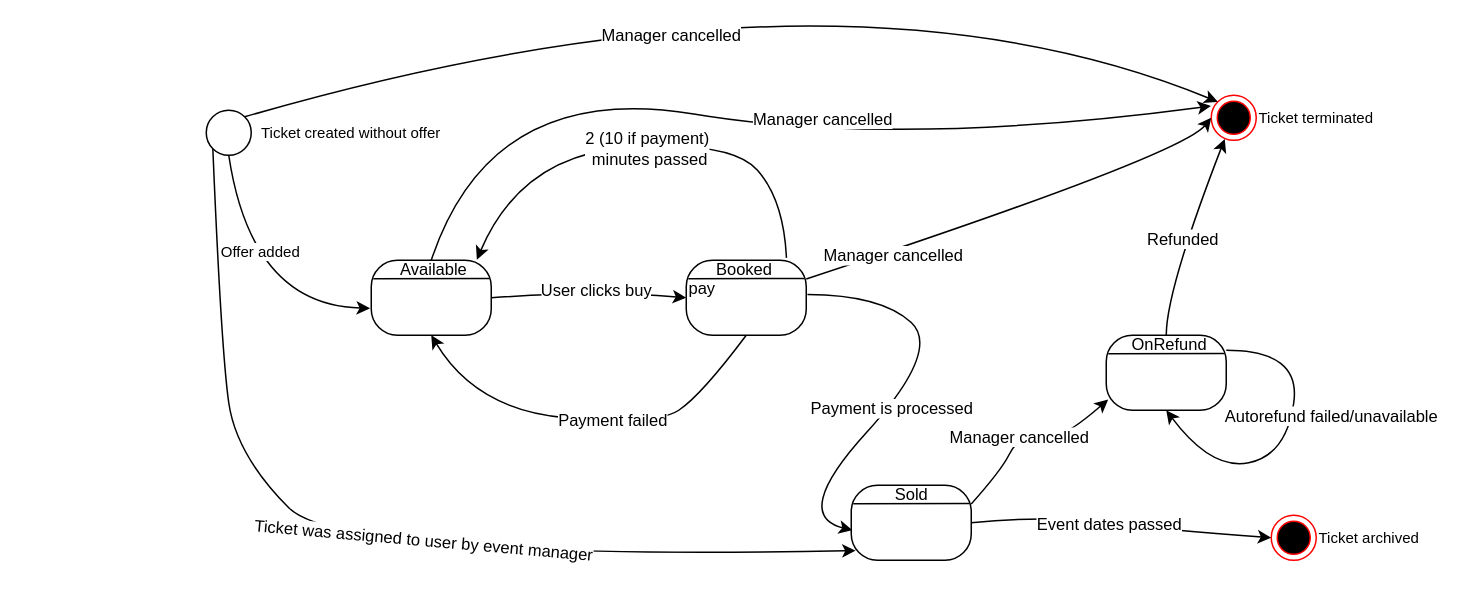
Earlier version of the draw.io diagram TicketStateDiagram.drawio (PrimoTibalt/IntermediatePlusMentoring). Source tidied: cells renumbered, new cells numbered last; positions are measured from the earlier drawing's top-left corner, leaving out a move shared by most shapes. Both pictures are drawn from the tidied source at 150%, with x=0, y=0 at pixel (206, -56).
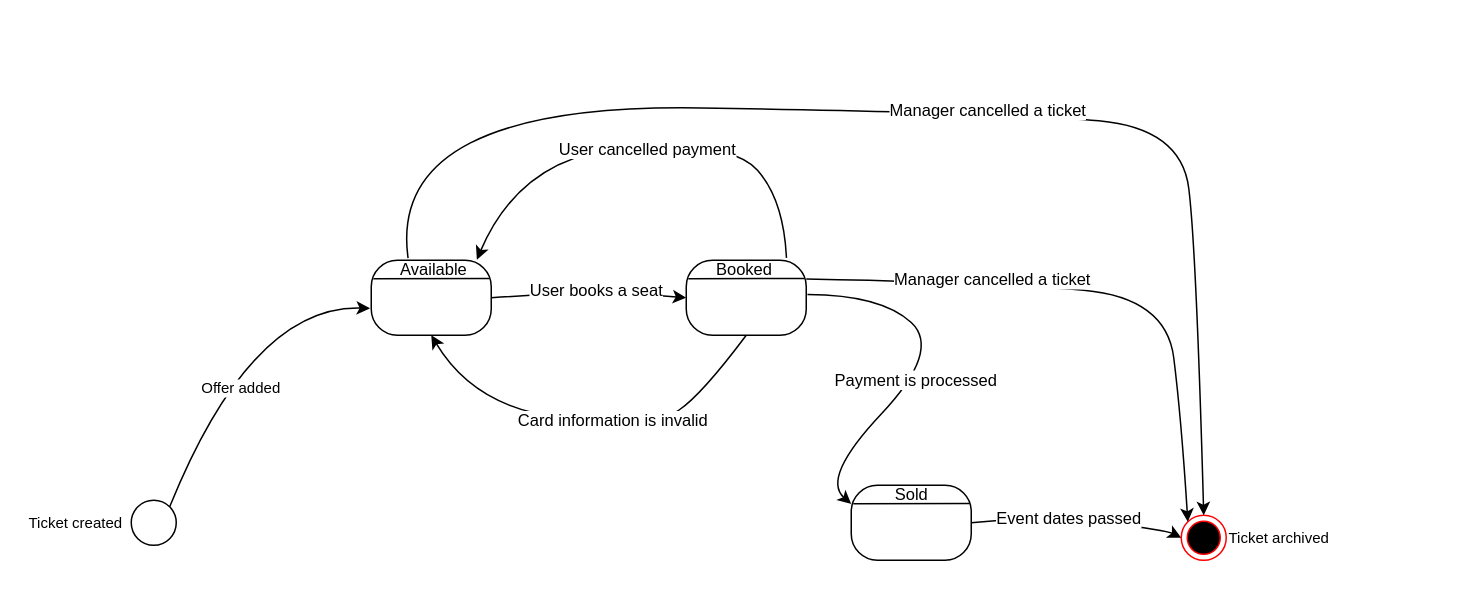
The same diagram, later.

The change refers to these unchanged cells:
```xml
<mxCell id="2" style="group;" parent="1" vertex="1">
  <mxGeometry y="110" width="830" height="300" as="geometry" />
</mxCell>
<mxCell id="4" style="ellipse;html=1;shape=endState;fillColor=#000000;strokeColor=#ff0000;" parent="3" vertex="1">
  <mxGeometry width="30" height="30" as="geometry" />
</mxCell>
<mxCell id="10" value="&lt;font style=&quot;font-size: 11px;&quot;&gt;&amp;nbsp; &amp;nbsp; &amp;nbsp; Available&lt;/font&gt;&lt;div style=&quot;font-size: 11px;&quot;&gt;&lt;font style=&quot;font-size: 11px;&quot;&gt;&lt;br&gt;&lt;/font&gt;&lt;/div&gt;&lt;div style=&quot;font-size: 11px;&quot;&gt;&lt;font style=&quot;font-size: 11px;&quot;&gt;&lt;br&gt;&lt;/font&gt;&lt;/div&gt;&lt;div style=&quot;font-size: 11px;&quot;&gt;&lt;font style=&quot;font-size: 11px;&quot;&gt;&lt;br&gt;&lt;/font&gt;&lt;/div&gt;" style="rounded=1;whiteSpace=wrap;html=1;align=left;arcSize=35;" parent="9" vertex="1">
  <mxGeometry width="80" height="50" as="geometry" />
</mxCell>
<mxCell id="14" style="group;fontSize=10;" parent="2" vertex="1">
  <mxGeometry x="320" y="100" width="80" height="50" as="geometry" />
</mxCell>
<mxCell id="17" style="curved=1;endArrow=classic;html=1;rounded=0;exitX=1;exitY=0.5;exitDx=0;exitDy=0;entryX=0;entryY=0.5;entryDx=0;entryDy=0;" parent="2" edge="1" source="10" target="15">
  <mxGeometry relative="1" as="geometry">
    <Array as="points">
      <mxPoint x="260" y="120" />
    </Array>
  </mxGeometry>
</mxCell>
<mxCell id="20" value="&lt;font style=&quot;font-size: 11px;&quot;&gt;&amp;nbsp; &amp;nbsp; &amp;nbsp; &amp;nbsp; &amp;nbsp;Sold&lt;/font&gt;&lt;div style=&quot;font-size: 11px;&quot;&gt;&lt;font style=&quot;font-size: 11px;&quot;&gt;&lt;br&gt;&lt;/font&gt;&lt;/div&gt;&lt;div style=&quot;font-size: 11px;&quot;&gt;&lt;font style=&quot;font-size: 11px;&quot;&gt;&lt;br&gt;&lt;/font&gt;&lt;/div&gt;&lt;div style=&quot;font-size: 11px;&quot;&gt;&lt;font style=&quot;font-size: 11px;&quot;&gt;&lt;br&gt;&lt;/font&gt;&lt;/div&gt;" style="rounded=1;whiteSpace=wrap;html=1;align=left;arcSize=35;" parent="19" vertex="1">
  <mxGeometry width="80" height="50" as="geometry" />
</mxCell>
<mxCell id="26" style="curved=1;endArrow=classic;html=1;rounded=0;entryX=0.88;entryY=-0.008;entryDx=0;entryDy=0;entryPerimeter=0;exitX=0.835;exitY=-0.032;exitDx=0;exitDy=0;exitPerimeter=0;" parent="2" edge="1" source="15" target="10">
  <mxGeometry relative="1" as="geometry">
    <Array as="points">
      <mxPoint x="385" y="60" />
      <mxPoint x="350" y="20" />
      <mxPoint x="210" y="30" />
    </Array>
  </mxGeometry>
</mxCell>
<mxCell id="30" style="curved=1;endArrow=classic;html=1;rounded=0;entryX=0.5;entryY=1;entryDx=0;entryDy=0;exitX=0.5;exitY=1;exitDx=0;exitDy=0;" parent="2" edge="1" source="15" target="10">
  <mxGeometry relative="1" as="geometry">
    <Array as="points">
      <mxPoint x="330" y="190" />
      <mxPoint x="300" y="210" />
      <mxPoint x="180" y="200" />
    </Array>
  </mxGeometry>
</mxCell>
```

Change to the diagram source:
```diff
@@
     <mxCell id="3" style="group;" parent="2" vertex="1">
-      <mxGeometry x="710" y="270" width="120" height="30" as="geometry" />
+      <mxGeometry x="650" y="270" width="120" height="30" as="geometry" />
     </mxCell>
@@
-    <mxCell id="6" style="group;" parent="2" vertex="1">
-      <mxGeometry width="175" height="30" as="geometry" />
-    </mxCell>
-    <mxCell id="7" style="ellipse;whiteSpace=wrap;html=1;" parent="6" vertex="1">
-      <mxGeometry width="30" height="30" as="geometry" />
-    </mxCell>
-    <mxCell id="8" value="Ticket created without offer" style="text;html=1;align=left;verticalAlign=middle;strokeColor=none;fillColor=none;fontSize=10;" parent="6" vertex="1">
-      <mxGeometry x="35" width="140" height="30" as="geometry" />
-    </mxCell>
@@
-    <mxCell id="12" style="curved=1;endArrow=classic;html=1;rounded=0;exitX=0.5;exitY=1;exitDx=0;exitDy=0;entryX=-0.01;entryY=0.64;entryDx=0;entryDy=0;entryPerimeter=0;" parent="2" edge="1" source="7" target="10">
-      <mxGeometry relative="1" as="geometry">
-        <Array as="points">
-          <mxPoint x="30" y="130" />
-        </Array>
-      </mxGeometry>
-    </mxCell>
-    <mxCell id="13" value="Offer added" style="edgeLabel;html=1;align=center;verticalAlign=middle;fontSize=10;" parent="12" vertex="1">
-      <mxGeometry x="-0.27" y="11" relative="1" as="geometry" />
-    </mxCell>
@@
-    <mxCell id="15" value="&lt;font style=&quot;font-size: 11px;&quot;&gt;&amp;nbsp; &amp;nbsp; &amp;nbsp; Booked&lt;/font&gt;&lt;div style=&quot;font-size: 11px;&quot;&gt;&lt;font style=&quot;font-size: 11px;&quot;&gt;pay&lt;/font&gt;&lt;/div&gt;&lt;div style=&quot;font-size: 11px;&quot;&gt;&lt;font style=&quot;font-size: 11px;&quot;&gt;&lt;br&gt;&lt;/font&gt;&lt;/div&gt;&lt;div style=&quot;font-size: 11px;&quot;&gt;&lt;font style=&quot;font-size: 11px;&quot;&gt;&lt;br&gt;&lt;/font&gt;&lt;/div&gt;" style="rounded=1;whiteSpace=wrap;html=1;align=left;arcSize=35;" parent="14" vertex="1">
+    <mxCell id="15" value="&lt;font style=&quot;font-size: 11px;&quot;&gt;&amp;nbsp; &amp;nbsp; &amp;nbsp; Booked&lt;/font&gt;&lt;div style=&quot;font-size: 11px;&quot;&gt;&lt;br&gt;&lt;/div&gt;&lt;div style=&quot;font-size: 11px;&quot;&gt;&lt;font style=&quot;font-size: 11px;&quot;&gt;&lt;br&gt;&lt;/font&gt;&lt;/div&gt;&lt;div style=&quot;font-size: 11px;&quot;&gt;&lt;font style=&quot;font-size: 11px;&quot;&gt;&lt;br&gt;&lt;/font&gt;&lt;/div&gt;" style="rounded=1;whiteSpace=wrap;html=1;align=left;arcSize=35;" parent="14" vertex="1">
       <mxGeometry width="80" height="50" as="geometry" />
     </mxCell>
@@
-    <mxCell id="18" value="User clicks buy" style="edgeLabel;html=1;align=center;verticalAlign=middle;" parent="17" vertex="1">
+    <mxCell id="18" value="User books a seat" style="edgeLabel;html=1;align=center;verticalAlign=middle;" parent="17" vertex="1">
       <mxGeometry x="-0.29" y="-1" relative="1" as="geometry">
         <mxPoint x="24" y="-3" as="offset" />
       </mxGeometry>
     </mxCell>
@@
-    <mxCell id="22" style="curved=1;endArrow=classic;html=1;rounded=0;entryX=0.01;entryY=0.6;entryDx=0;entryDy=0;entryPerimeter=0;exitX=1.01;exitY=0.456;exitDx=0;exitDy=0;exitPerimeter=0;" parent="2" edge="1" source="15" target="20">
+    <mxCell id="22" style="curved=1;endArrow=classic;html=1;rounded=0;entryX=0;entryY=0.25;entryDx=0;entryDy=0;exitX=1.01;exitY=0.456;exitDx=0;exitDy=0;exitPerimeter=0;" parent="2" edge="1" source="15" target="20">
       <mxGeometry relative="1" as="geometry">
         <Array as="points">
           <mxPoint x="450" y="123" />
           <mxPoint x="490" y="160" />
-          <mxPoint x="390" y="270" />
+          <mxPoint x="410" y="245" />
         </Array>
       </mxGeometry>
     </mxCell>
@@
-    <mxCell id="24" style="curved=1;endArrow=classic;html=1;rounded=0;entryX=0.037;entryY=0.872;entryDx=0;entryDy=0;entryPerimeter=0;exitX=0;exitY=1;exitDx=0;exitDy=0;" parent="2" edge="1" source="7" target="20">
-      <mxGeometry relative="1" as="geometry">
-        <Array as="points">
-          <mxPoint x="10" y="160" />
-          <mxPoint x="20" y="230" />
-          <mxPoint x="90" y="300" />
-        </Array>
-      </mxGeometry>
-    </mxCell>
-    <mxCell id="25" value="Ticket was assigned to user by event manager" style="edgeLabel;html=1;align=center;verticalAlign=middle;rotation=5;" parent="24" vertex="1">
-      <mxGeometry x="0.11" y="13" relative="1" as="geometry" />
-    </mxCell>
@@
-    <mxCell id="27" value="2 (10 if payment)&lt;div&gt;&amp;nbsp;minutes passed&lt;/div&gt;" style="edgeLabel;html=1;align=center;verticalAlign=middle;" parent="26" vertex="1">
+    <mxCell id="27" value="User cancelled payment" style="edgeLabel;html=1;align=center;verticalAlign=middle;" parent="26" vertex="1">
       <mxGeometry x="-0.04" y="1" relative="1" as="geometry" />
     </mxCell>
@@
-    <mxCell id="31" value="Payment failed" style="edgeLabel;html=1;align=center;verticalAlign=middle;" parent="30" vertex="1">
+    <mxCell id="31" value="Card information is invalid" style="edgeLabel;html=1;align=center;verticalAlign=middle;" parent="30" vertex="1">
       <mxGeometry x="0.17" y="2" relative="1" as="geometry">
         <mxPoint x="39" as="offset" />
       </mxGeometry>
     </mxCell>
-    <mxCell id="32" style="group;" parent="2" vertex="1">
-      <mxGeometry x="670" y="-10" width="130" height="30" as="geometry" />
-    </mxCell>
-    <mxCell id="33" style="ellipse;html=1;shape=endState;fillColor=#000000;strokeColor=#ff0000;" parent="32" vertex="1">
-      <mxGeometry width="30" height="30" as="geometry" />
-    </mxCell>
-    <mxCell id="34" value="Ticket terminated" style="text;html=1;align=left;verticalAlign=middle;strokeColor=none;fillColor=none;fontSize=10;" parent="32" vertex="1">
-      <mxGeometry x="30" width="100" height="30" as="geometry" />
-    </mxCell>
-    <mxCell id="35" style="curved=1;endArrow=classic;html=1;rounded=0;entryX=0;entryY=0.5;entryDx=0;entryDy=0;exitX=1;exitY=0.25;exitDx=0;exitDy=0;" parent="2" edge="1" source="15" target="33">
+    <mxCell id="35" style="curved=1;endArrow=classic;html=1;rounded=0;entryX=0;entryY=0;entryDx=0;entryDy=0;exitX=1;exitY=0.25;exitDx=0;exitDy=0;" parent="2" edge="1" source="15" target="4">
       <mxGeometry relative="1" as="geometry">
         <Array as="points">
-          <mxPoint x="650" y="30" />
+          <mxPoint x="530" y="115" />
+          <mxPoint x="640" y="125" />
+          <mxPoint x="650" y="205" />
         </Array>
       </mxGeometry>
     </mxCell>
-    <mxCell id="36" value="Manager cancelled" style="edgeLabel;html=1;align=center;verticalAlign=middle;rotation=0;" parent="35" vertex="1">
+    <mxCell id="36" value="Manager cancelled a ticket" style="edgeLabel;html=1;align=center;verticalAlign=middle;rotation=0;" parent="35" vertex="1">
       <mxGeometry x="-0.23" y="1" relative="1" as="geometry">
-        <mxPoint x="-50" y="21" as="offset" />
+        <mxPoint x="-26" y="-3" as="offset" />
       </mxGeometry>
     </mxCell>
-    <mxCell id="37" style="curved=1;endArrow=classic;html=1;rounded=0;entryX=-0.005;entryY=0.238;entryDx=0;entryDy=0;exitX=0.5;exitY=0;exitDx=0;exitDy=0;entryPerimeter=0;" parent="2" edge="1" source="10" target="33">
-      <mxGeometry relative="1" as="geometry">
-        <Array as="points">
-          <mxPoint x="190" y="-20" />
-          <mxPoint x="460" y="25" />
-        </Array>
-      </mxGeometry>
-    </mxCell>
-    <mxCell id="38" value="Manager cancelled" style="edgeLabel;html=1;align=center;verticalAlign=middle;rotation=0;" parent="37" vertex="1">
-      <mxGeometry x="-0.23" y="1" relative="1" as="geometry">
-        <mxPoint x="112" y="8" as="offset" />
-      </mxGeometry>
-    </mxCell>
-    <mxCell id="39" style="curved=1;endArrow=classic;html=1;rounded=0;entryX=0;entryY=0;entryDx=0;entryDy=0;exitX=1;exitY=0;exitDx=0;exitDy=0;" parent="2" edge="1" source="7" target="33">
-      <mxGeometry relative="1" as="geometry">
-        <Array as="points">
-          <mxPoint x="420" y="-110" />
-        </Array>
-      </mxGeometry>
-    </mxCell>
-    <mxCell id="40" value="Manager cancelled" style="edgeLabel;html=1;align=center;verticalAlign=middle;rotation=0;" parent="39" vertex="1">
-      <mxGeometry x="-0.23" y="1" relative="1" as="geometry">
-        <mxPoint x="31" y="20" as="offset" />
-      </mxGeometry>
-    </mxCell>
-    <mxCell id="41" style="group;fontSize=10;" parent="2" vertex="1">
-      <mxGeometry x="600" y="150" width="80" height="50" as="geometry" />
-    </mxCell>
-    <mxCell id="42" value="&lt;font style=&quot;font-size: 11px;&quot;&gt;&amp;nbsp; &amp;nbsp; &amp;nbsp;OnRefund&lt;/font&gt;&lt;div style=&quot;font-size: 11px;&quot;&gt;&lt;font style=&quot;font-size: 11px;&quot;&gt;&lt;br&gt;&lt;/font&gt;&lt;/div&gt;&lt;div style=&quot;font-size: 11px;&quot;&gt;&lt;font style=&quot;font-size: 11px;&quot;&gt;&lt;br&gt;&lt;/font&gt;&lt;/div&gt;&lt;div style=&quot;font-size: 11px;&quot;&gt;&lt;font style=&quot;font-size: 11px;&quot;&gt;&lt;br&gt;&lt;/font&gt;&lt;/div&gt;" style="rounded=1;whiteSpace=wrap;html=1;align=left;arcSize=35;" parent="41" vertex="1">
-      <mxGeometry width="80" height="50" as="geometry" />
-    </mxCell>
-    <mxCell id="43" style="endArrow=none;html=1;rounded=0;exitX=0.017;exitY=0.248;exitDx=0;exitDy=0;entryX=0.986;entryY=0.242;entryDx=0;entryDy=0;entryPerimeter=0;exitPerimeter=0;" parent="41" edge="1" source="42" target="42">
-      <mxGeometry relative="1" as="geometry" />
-    </mxCell>
-    <mxCell id="44" style="curved=1;endArrow=classic;html=1;rounded=0;entryX=0.3;entryY=0.971;entryDx=0;entryDy=0;entryPerimeter=0;exitX=0.5;exitY=0;exitDx=0;exitDy=0;" parent="2" edge="1" source="42" target="33">
-      <mxGeometry relative="1" as="geometry">
-        <Array as="points">
-          <mxPoint x="640" y="120" />
-        </Array>
-      </mxGeometry>
-    </mxCell>
-    <mxCell id="45" value="Refunded" style="edgeLabel;html=1;align=center;verticalAlign=middle;" parent="2" vertex="1">
-      <mxGeometry x="650" y="85" as="geometry" />
-    </mxCell>
-    <mxCell id="46" style="curved=1;endArrow=classic;html=1;rounded=0;entryX=0.5;entryY=1;entryDx=0;entryDy=0;" parent="2" edge="1" target="42">
-      <mxGeometry relative="1" as="geometry">
-        <mxPoint x="680" y="160" as="sourcePoint" />
-        <Array as="points">
-          <mxPoint x="730" y="160" />
-          <mxPoint x="720" y="230" />
-          <mxPoint x="670" y="240" />
-        </Array>
-      </mxGeometry>
-    </mxCell>
-    <mxCell id="47" value="Autorefund failed/unavailable" style="edgeLabel;html=1;align=center;verticalAlign=middle;" parent="46" vertex="1">
-      <mxGeometry x="-0.15" y="-1" relative="1" as="geometry">
-        <mxPoint x="27" as="offset" />
-      </mxGeometry>
-    </mxCell>
-    <mxCell id="48" style="curved=1;endArrow=classic;html=1;rounded=0;exitX=1;exitY=0.25;exitDx=0;exitDy=0;entryX=0.016;entryY=0.857;entryDx=0;entryDy=0;entryPerimeter=0;" parent="2" edge="1" source="20" target="42">
-      <mxGeometry relative="1" as="geometry">
-        <Array as="points">
-          <mxPoint x="530" y="240" />
-          <mxPoint x="540" y="220" />
-          <mxPoint x="560" y="210" />
-          <mxPoint x="570" y="220" />
-        </Array>
-      </mxGeometry>
-    </mxCell>
-    <mxCell id="49" value="Manager cancelled" style="edgeLabel;html=1;align=center;verticalAlign=middle;" parent="48" vertex="1">
-      <mxGeometry x="-0.15" y="1" relative="1" as="geometry" />
-    </mxCell>
+    <mxCell id="6" style="group;" parent="2" vertex="1">
+      <mxGeometry x="-50" y="260" width="175" height="30" as="geometry" />
+    </mxCell>
+    <mxCell id="7" style="ellipse;whiteSpace=wrap;html=1;" parent="6" vertex="1">
+      <mxGeometry width="30" height="30" as="geometry" />
+    </mxCell>
+    <mxCell id="12" style="curved=1;endArrow=classic;html=1;rounded=0;exitX=1;exitY=0;exitDx=0;exitDy=0;entryX=-0.01;entryY=0.64;entryDx=0;entryDy=0;entryPerimeter=0;" parent="2" edge="1" source="7" target="10">
+      <mxGeometry relative="1" as="geometry">
+        <Array as="points">
+          <mxPoint x="30" y="130" />
+        </Array>
+      </mxGeometry>
+    </mxCell>
+    <mxCell id="13" value="Offer added" style="edgeLabel;html=1;align=center;verticalAlign=middle;fontSize=10;" parent="12" vertex="1">
+      <mxGeometry x="-0.27" y="11" relative="1" as="geometry">
+        <mxPoint x="26" as="offset" />
+      </mxGeometry>
+    </mxCell>
+    <mxCell id="50" style="curved=1;endArrow=classic;html=1;rounded=0;entryX=0.5;entryY=0;entryDx=0;entryDy=0;exitX=0.307;exitY=-0.027;exitDx=0;exitDy=0;exitPerimeter=0;" parent="2" edge="1" source="10" target="4">
+      <mxGeometry relative="1" as="geometry">
+        <Array as="points">
+          <mxPoint x="120" y="-5" />
+          <mxPoint x="540" y="2" />
+          <mxPoint x="650" y="12" />
+          <mxPoint x="660" y="92" />
+        </Array>
+      </mxGeometry>
+    </mxCell>
+    <mxCell id="51" value="Manager cancelled a ticket" style="edgeLabel;html=1;align=center;verticalAlign=middle;rotation=0;" parent="50" vertex="1">
+      <mxGeometry x="-0.23" y="1" relative="1" as="geometry">
+        <mxPoint x="161" y="2" as="offset" />
+      </mxGeometry>
+    </mxCell>
+    <mxCell id="8" value="Ticket created" style="text;html=1;align=left;verticalAlign=middle;strokeColor=none;fillColor=none;fontSize=10;" parent="1" vertex="1">
+      <mxGeometry x="-120" y="370" width="90" height="30" as="geometry" />
+    </mxCell>
```
